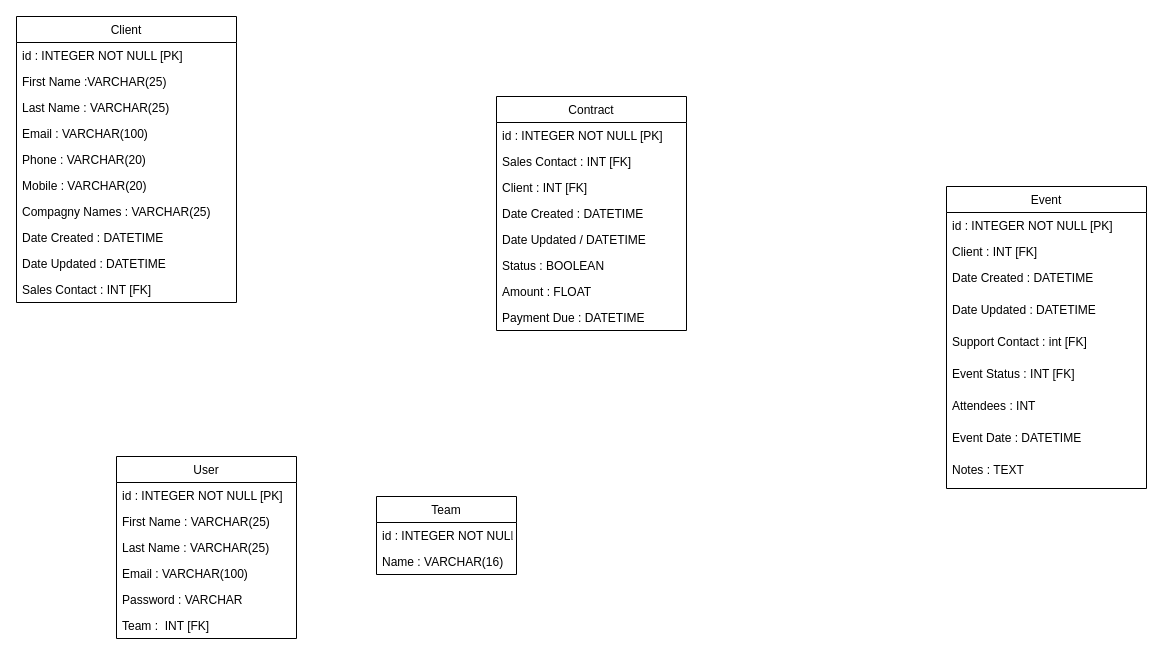
The draw.io diagram JPG_FILE/Diagramme sans nom.drawio in batshanti/Projet2, before the edit. Source tidied: cells renumbered, new cells numbered last; positions are measured from the earlier drawing's top-left corner, leaving out a move shared by most shapes. Both pictures are drawn from the tidied source at 100%, with x=0, y=0 at pixel (16, 16).
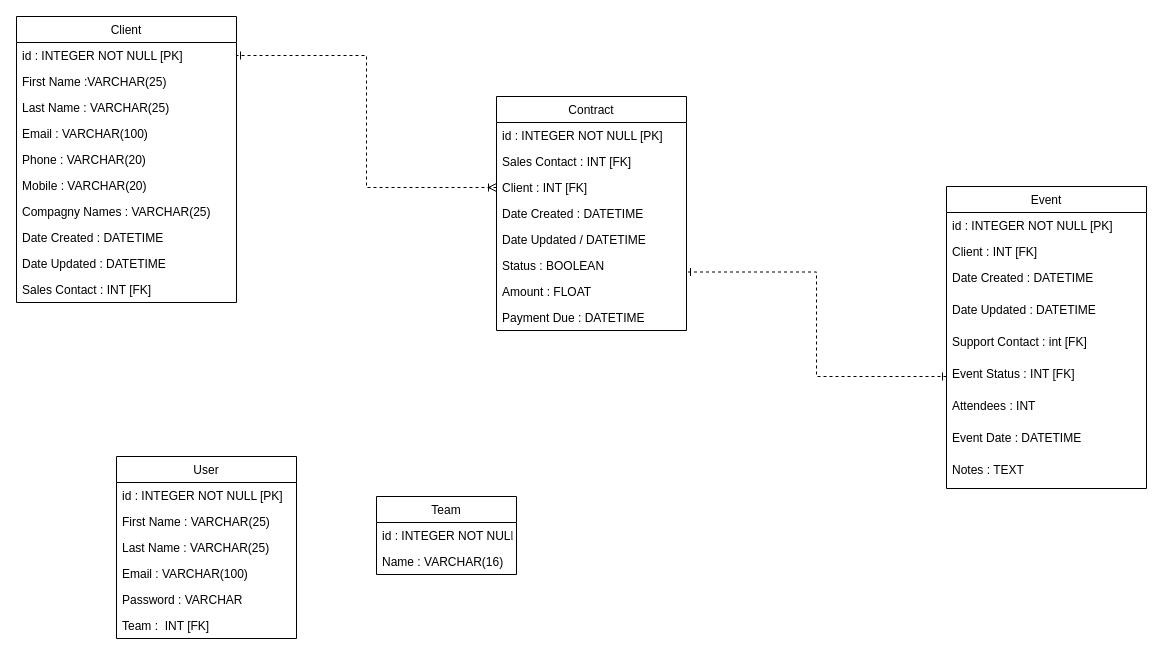
The same page after the edit.

Commit message:
Mettre à jour Diagramme sans nom.drawio

The change refers to these unchanged cells:
```xml
<mxCell id="8" value="Event Status : INT [FK]" style="text;strokeColor=none;fillColor=none;align=left;verticalAlign=top;spacingLeft=4;spacingRight=4;overflow=hidden;points=[[0,0.5],[1,0.5]];portConstraint=eastwest;" parent="2" vertex="1">
  <mxGeometry y="174" width="200" height="32" as="geometry" />
</mxCell>
<mxCell id="13" value="id : INTEGER NOT NULL [PK]" style="text;strokeColor=none;fillColor=none;align=left;verticalAlign=top;spacingLeft=4;spacingRight=4;overflow=hidden;points=[[0,0.5],[1,0.5]];portConstraint=eastwest;" parent="12" vertex="1">
  <mxGeometry y="26" width="220" height="26" as="geometry" />
</mxCell>
<mxCell id="23" value="Contract" style="swimlane;fontStyle=0;horizontal=1;startSize=26;fillColor=none;" parent="1" vertex="1">
  <mxGeometry x="480" y="80" width="190" height="234" as="geometry" />
</mxCell>
<mxCell id="26" value="Client : INT [FK]" style="text;strokeColor=none;fillColor=none;align=left;verticalAlign=top;spacingLeft=4;spacingRight=4;overflow=hidden;points=[[0,0.5],[1,0.5]];portConstraint=eastwest;" parent="23" vertex="1">
  <mxGeometry y="78" width="190" height="26" as="geometry" />
</mxCell>
```

Change to the diagram source:
```diff
@@
+    <mxCell id="42" style="edgeStyle=orthogonalEdgeStyle;rounded=0;jettySize=auto;html=1;exitX=0;exitY=0.5;exitDx=0;exitDy=0;dashed=1;startArrow=ERoneToMany;startFill=0;endArrow=ERone;endFill=0;" parent="1" edge="1" source="26" target="13">
+      <mxGeometry relative="1" as="geometry" />
+    </mxCell>
+    <mxCell id="43" style="edgeStyle=orthogonalEdgeStyle;rounded=0;jettySize=auto;html=1;exitX=0;exitY=0.5;exitDx=0;exitDy=0;entryX=1;entryY=0.75;entryDx=0;entryDy=0;dashed=1;startArrow=ERone;startFill=0;endArrow=ERone;endFill=0;" parent="1" edge="1" source="8" target="23">
+      <mxGeometry relative="1" as="geometry" />
+    </mxCell>
```
